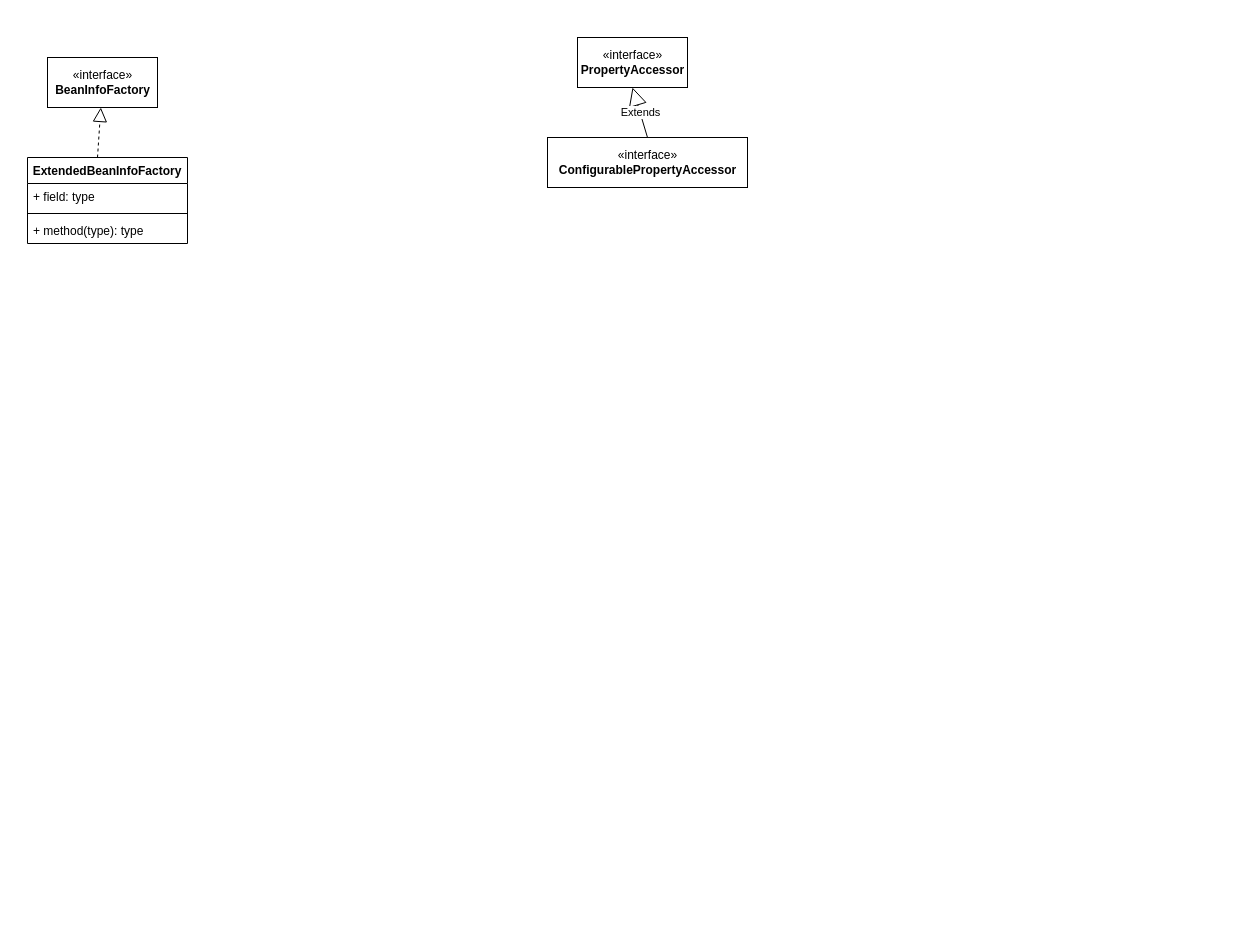
Above: page "Spring-Beans" (2 of 8) of Spring-Framework.drawio in tadsimons/draw (draw.io), before the change. Source tidied: cells renumbered, new cells numbered last; positions are measured from the earlier drawing's top-left corner, leaving out a move shared by most shapes. Both pictures are drawn from the tidied source at 100%, with x=0, y=0 at pixel (27, 37).
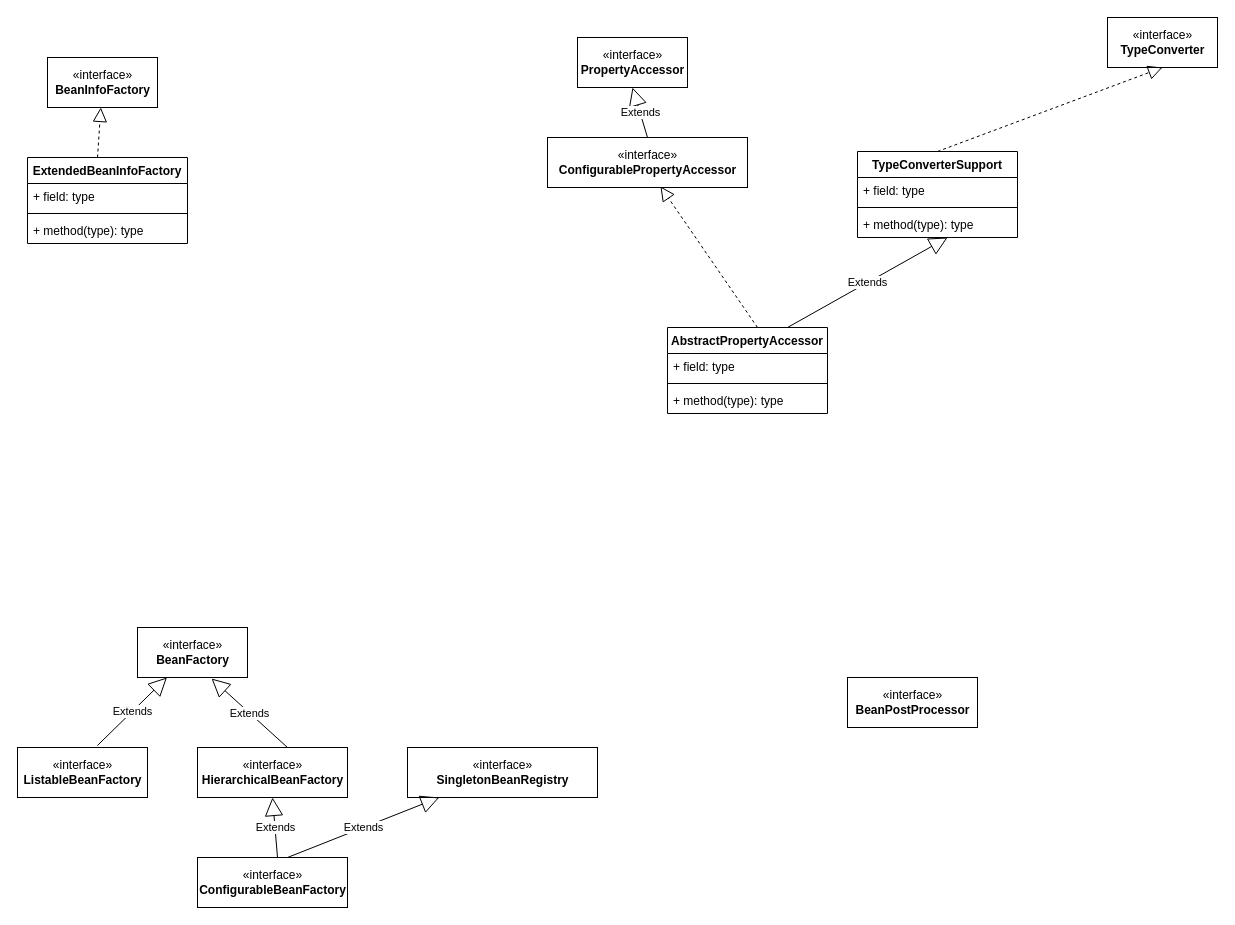
After the change.

The change refers to these unchanged cells:
```xml
<mxCell id="9" value="«interface»&lt;br&gt;&lt;b&gt;ConfigurablePropertyAccessor&lt;/b&gt;" style="html=1;" parent="1" vertex="1">
  <mxGeometry x="520" y="100" width="200" height="50" as="geometry" />
</mxCell>
```

Change to the diagram source:
```diff
@@
+    <mxCell id="11" value="«interface»&lt;br&gt;&lt;b&gt;BeanFactory&lt;/b&gt;" style="html=1;" parent="1" vertex="1">
+      <mxGeometry x="110" y="590" width="110" height="50" as="geometry" />
+    </mxCell>
+    <mxCell id="12" value="«interface»&lt;br&gt;&lt;b&gt;ListableBeanFactory&lt;/b&gt;" style="html=1;" parent="1" vertex="1">
+      <mxGeometry x="-10" y="710" width="130" height="50" as="geometry" />
+    </mxCell>
+    <mxCell id="13" value="Extends" style="endArrow=block;endSize=16;endFill=0;html=1;exitX=0.615;exitY=-0.04;exitDx=0;exitDy=0;exitPerimeter=0;" parent="1" edge="1" source="12" target="11">
+      <mxGeometry relative="1" as="geometry" />
+    </mxCell>
+    <mxCell id="14" value="«interface»&lt;br&gt;&lt;b&gt;HierarchicalBeanFactory&lt;/b&gt;" style="html=1;" parent="1" vertex="1">
+      <mxGeometry x="170" y="710" width="150" height="50" as="geometry" />
+    </mxCell>
+    <mxCell id="15" value="Extends" style="endArrow=block;endSize=16;endFill=0;html=1;entryX=0.673;entryY=1.02;entryDx=0;entryDy=0;entryPerimeter=0;" parent="1" edge="1" target="11">
+      <mxGeometry relative="1" as="geometry">
+        <mxPoint x="260" y="710" as="sourcePoint" />
+      </mxGeometry>
+    </mxCell>
+    <mxCell id="16" value="«interface»&lt;br&gt;&lt;b&gt;ConfigurableBeanFactory&lt;/b&gt;" style="html=1;" parent="1" vertex="1">
+      <mxGeometry x="170" y="820" width="150" height="50" as="geometry" />
+    </mxCell>
+    <mxCell id="17" value="Extends" style="endArrow=block;endSize=16;endFill=0;html=1;entryX=0.5;entryY=1;entryDx=0;entryDy=0;" parent="1" edge="1" target="14">
+      <mxGeometry relative="1" as="geometry">
+        <mxPoint x="250" y="820" as="sourcePoint" />
+      </mxGeometry>
+    </mxCell>
+    <mxCell id="18" value="«interface»&lt;br&gt;&lt;b&gt;SingletonBeanRegistry&lt;/b&gt;" style="html=1;" parent="1" vertex="1">
+      <mxGeometry x="380" y="710" width="190" height="50" as="geometry" />
+    </mxCell>
+    <mxCell id="19" value="Extends" style="endArrow=block;endSize=16;endFill=0;html=1;" parent="1" edge="1" target="18">
+      <mxGeometry relative="1" as="geometry">
+        <mxPoint x="260" y="820" as="sourcePoint" />
+      </mxGeometry>
+    </mxCell>
+    <mxCell id="20" value="«interface»&lt;br&gt;&lt;b&gt;BeanPostProcessor&lt;/b&gt;" style="html=1;" parent="1" vertex="1">
+      <mxGeometry x="820" y="640" width="130" height="50" as="geometry" />
+    </mxCell>
+    <mxCell id="21" value="AbstractPropertyAccessor" style="swimlane;fontStyle=1;align=center;verticalAlign=top;horizontal=1;startSize=26;" parent="1" vertex="1">
+      <mxGeometry x="640" y="290" width="160" height="86" as="geometry" />
+    </mxCell>
+    <mxCell id="22" style="endArrow=block;dashed=1;endFill=0;endSize=12;html=1;entryX=0.565;entryY=0.98;entryDx=0;entryDy=0;entryPerimeter=0;" parent="21" edge="1" target="9">
+      <mxGeometry relative="1" as="geometry">
+        <mxPoint x="90" as="sourcePoint" />
+      </mxGeometry>
+    </mxCell>
+    <mxCell id="23" value="Extends" style="endArrow=block;endSize=16;endFill=0;html=1;entryX=0.563;entryY=1;entryDx=0;entryDy=0;entryPerimeter=0;" parent="21" edge="1" target="30">
+      <mxGeometry relative="1" as="geometry">
+        <mxPoint x="120" as="sourcePoint" />
+      </mxGeometry>
+    </mxCell>
+    <mxCell id="24" value="+ field: type" style="text;strokeColor=none;fillColor=none;align=left;verticalAlign=top;spacingLeft=4;spacingRight=4;overflow=hidden;" parent="21" vertex="1">
+      <mxGeometry y="26" width="160" height="26" as="geometry" />
+    </mxCell>
+    <mxCell id="25" style="line;strokeWidth=1;fillColor=none;align=left;verticalAlign=middle;spacingTop=-1;spacingLeft=3;spacingRight=3;labelPosition=right;" parent="21" vertex="1">
+      <mxGeometry y="52" width="160" height="8" as="geometry" />
+    </mxCell>
+    <mxCell id="26" value="+ method(type): type" style="text;strokeColor=none;fillColor=none;align=left;verticalAlign=top;spacingLeft=4;spacingRight=4;overflow=hidden;" parent="21" vertex="1">
+      <mxGeometry y="60" width="160" height="26" as="geometry" />
+    </mxCell>
+    <mxCell id="27" value="TypeConverterSupport" style="swimlane;fontStyle=1;align=center;verticalAlign=top;horizontal=1;startSize=26;" parent="1" vertex="1">
+      <mxGeometry x="830" y="114" width="160" height="86" as="geometry" />
+    </mxCell>
+    <mxCell id="28" value="+ field: type" style="text;strokeColor=none;fillColor=none;align=left;verticalAlign=top;spacingLeft=4;spacingRight=4;overflow=hidden;" parent="27" vertex="1">
+      <mxGeometry y="26" width="160" height="26" as="geometry" />
+    </mxCell>
+    <mxCell id="29" style="line;strokeWidth=1;fillColor=none;align=left;verticalAlign=middle;spacingTop=-1;spacingLeft=3;spacingRight=3;labelPosition=right;" parent="27" vertex="1">
+      <mxGeometry y="52" width="160" height="8" as="geometry" />
+    </mxCell>
+    <mxCell id="30" value="+ method(type): type" style="text;strokeColor=none;fillColor=none;align=left;verticalAlign=top;spacingLeft=4;spacingRight=4;overflow=hidden;points=[[0,0.5],[1,0.5]];portConstraint=eastwest;" parent="27" vertex="1">
+      <mxGeometry y="60" width="160" height="26" as="geometry" />
+    </mxCell>
+    <mxCell id="31" value="«interface»&lt;br&gt;&lt;b&gt;TypeConverter&lt;/b&gt;" style="html=1;" parent="1" vertex="1">
+      <mxGeometry x="1080" y="-20" width="110" height="50" as="geometry" />
+    </mxCell>
+    <mxCell id="32" style="endArrow=block;dashed=1;endFill=0;endSize=12;html=1;entryX=0.5;entryY=1;entryDx=0;entryDy=0;exitX=0.5;exitY=0;exitDx=0;exitDy=0;" parent="1" edge="1" source="27" target="31">
+      <mxGeometry relative="1" as="geometry" />
+    </mxCell>
```
